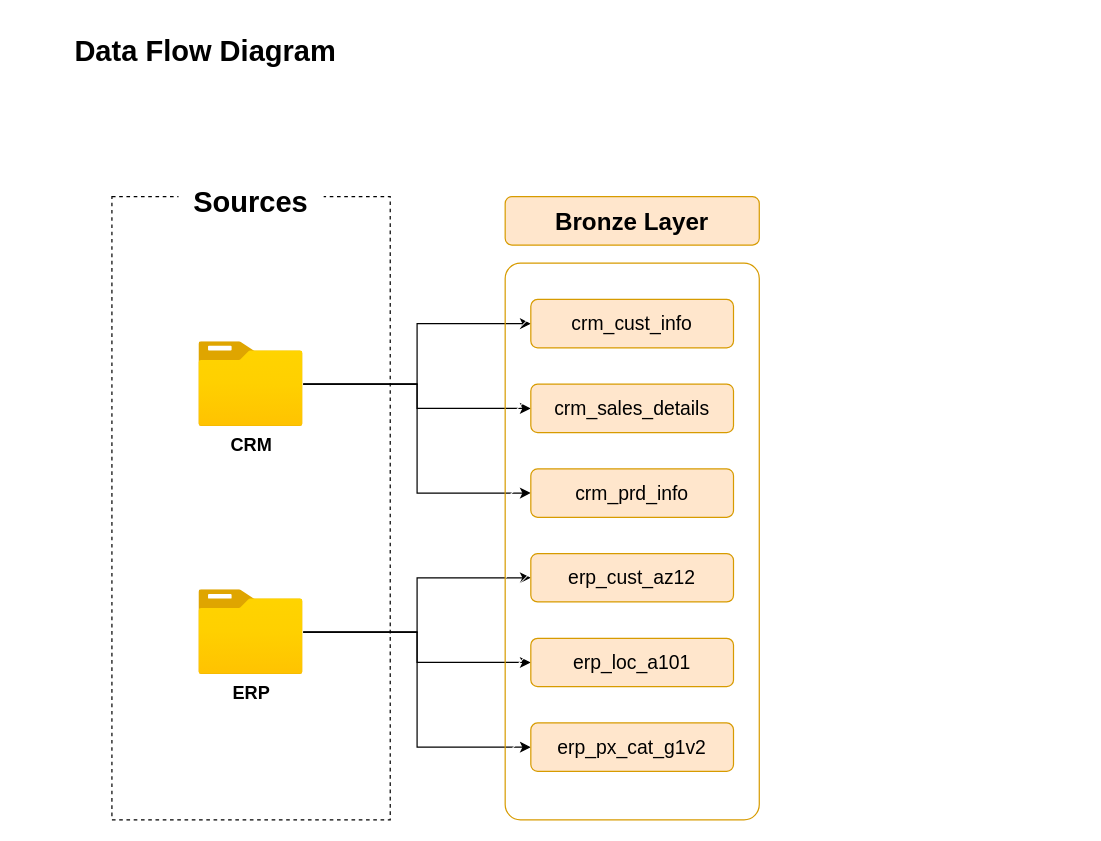
The draw.io diagram docs/drawio files/data_flow.drawio in ShehrazSarwar/SQL-Data-Warehouse-Project, before the edit. Source tidied: cells renumbered, new cells numbered last; positions are measured from the earlier drawing's top-left corner, leaving out a move shared by most shapes. Both pictures are drawn from the tidied source at 121%, with x=0, y=0 at pixel (21, 21).
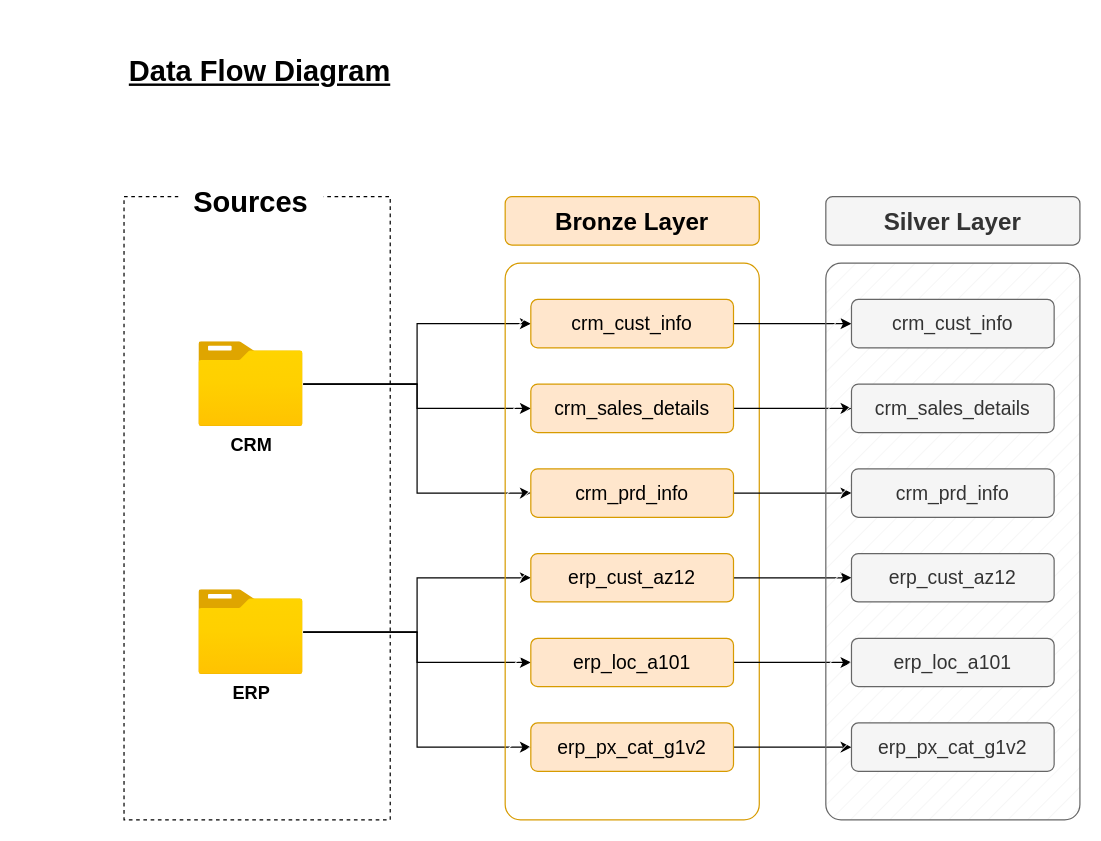
After the change.

The change refers to these unchanged cells:
```xml
<mxCell id="15" value="crm_cust_info" style="rounded=1;whiteSpace=wrap;html=1;fontStyle=0;fontSize=16;fillColor=#ffe6cc;strokeColor=#d79b00;arcSize=14;" parent="1" vertex="1">
  <mxGeometry x="421.2" y="230" width="167.5" height="40" as="geometry" />
</mxCell>
<mxCell id="16" value="crm_sales_details" style="rounded=1;whiteSpace=wrap;html=1;fontStyle=0;fontSize=16;fillColor=#ffe6cc;strokeColor=#d79b00;arcSize=14;" parent="1" vertex="1">
  <mxGeometry x="421.2" y="300" width="167.5" height="40" as="geometry" />
</mxCell>
<mxCell id="17" value="crm_prd_info" style="rounded=1;whiteSpace=wrap;html=1;fontStyle=0;fontSize=16;fillColor=#ffe6cc;strokeColor=#d79b00;arcSize=14;" parent="1" vertex="1">
  <mxGeometry x="421.2" y="370" width="167.5" height="40" as="geometry" />
</mxCell>
<mxCell id="18" value="erp_cust_az12" style="rounded=1;whiteSpace=wrap;html=1;fontStyle=0;fontSize=16;fillColor=#ffe6cc;strokeColor=#d79b00;arcSize=14;" parent="1" vertex="1">
  <mxGeometry x="421.2" y="440" width="167.5" height="40" as="geometry" />
</mxCell>
<mxCell id="19" value="erp_px_cat_g1v2" style="rounded=1;whiteSpace=wrap;html=1;fontStyle=0;fontSize=16;fillColor=#ffe6cc;strokeColor=#d79b00;arcSize=14;" parent="1" vertex="1">
  <mxGeometry x="421.2" y="580" width="167.5" height="40" as="geometry" />
</mxCell>
<mxCell id="20" value="erp_loc_a101" style="rounded=1;whiteSpace=wrap;html=1;fontStyle=0;fontSize=16;fillColor=#ffe6cc;strokeColor=#d79b00;arcSize=14;" parent="1" vertex="1">
  <mxGeometry x="421.2" y="510" width="167.5" height="40" as="geometry" />
</mxCell>
```

Change to the diagram source:
```diff
@@
     <mxCell id="2" style="rounded=0;whiteSpace=wrap;html=1;dashed=1;fillColor=none;" parent="1" vertex="1">
-      <mxGeometry x="75" y="145" width="230" height="515" as="geometry" />
+      <mxGeometry x="85" y="145" width="220" height="515" as="geometry" />
     </mxCell>
@@
-    <mxCell id="4" value="Data Flow Diagram" style="rounded=1;whiteSpace=wrap;html=1;fontSize=24;strokeColor=none;fontStyle=1;fillColor=none;" parent="1" vertex="1">
-      <mxGeometry width="305" height="50" as="geometry" />
+    <mxCell id="4" value="Data Flow Diagram" style="rounded=1;whiteSpace=wrap;html=1;fontSize=24;strokeColor=none;fontStyle=5;fillColor=none;" parent="1" vertex="1">
+      <mxGeometry x="45" y="17" width="305" height="50" as="geometry" />
     </mxCell>
@@
+    <mxCell id="21" style="edgeStyle=orthogonalEdgeStyle;rounded=0;jettySize=auto;html=1;entryX=0;entryY=0.5;entryDx=0;entryDy=0;" parent="1" edge="1" source="15" target="29">
+      <mxGeometry relative="1" as="geometry" />
+    </mxCell>
@@
+    <mxCell id="22" style="edgeStyle=orthogonalEdgeStyle;rounded=0;jettySize=auto;html=1;exitX=1;exitY=0.5;exitDx=0;exitDy=0;" parent="1" edge="1" source="16" target="30">
+      <mxGeometry relative="1" as="geometry" />
+    </mxCell>
@@
+    <mxCell id="23" style="edgeStyle=orthogonalEdgeStyle;rounded=0;jettySize=auto;html=1;exitX=1;exitY=0.5;exitDx=0;exitDy=0;entryX=0;entryY=0.5;entryDx=0;entryDy=0;" parent="1" edge="1" source="17" target="31">
+      <mxGeometry relative="1" as="geometry" />
+    </mxCell>
@@
+    <mxCell id="24" style="edgeStyle=orthogonalEdgeStyle;rounded=0;jettySize=auto;html=1;exitX=1;exitY=0.5;exitDx=0;exitDy=0;entryX=0;entryY=0.5;entryDx=0;entryDy=0;" parent="1" edge="1" source="18" target="32">
+      <mxGeometry relative="1" as="geometry" />
+    </mxCell>
@@
+    <mxCell id="25" style="edgeStyle=orthogonalEdgeStyle;rounded=0;jettySize=auto;html=1;" parent="1" edge="1" source="19" target="33">
+      <mxGeometry relative="1" as="geometry" />
+    </mxCell>
@@
+    <mxCell id="26" style="edgeStyle=orthogonalEdgeStyle;rounded=0;jettySize=auto;html=1;exitX=1;exitY=0.5;exitDx=0;exitDy=0;entryX=0;entryY=0.5;entryDx=0;entryDy=0;" parent="1" edge="1" source="20" target="34">
+      <mxGeometry relative="1" as="geometry" />
+    </mxCell>
@@
+    <mxCell id="27" style="rounded=1;whiteSpace=wrap;html=1;fillStyle=hatch;fillColor=#f5f5f5;strokeColor=#666666;arcSize=6;fontColor=#333333;" parent="1" vertex="1">
+      <mxGeometry x="665" y="200" width="210" height="460" as="geometry" />
+    </mxCell>
+    <mxCell id="28" value="Silver Layer" style="rounded=1;whiteSpace=wrap;html=1;fontStyle=1;fontSize=20;fillColor=#f5f5f5;strokeColor=#666666;arcSize=14;fontColor=#333333;" parent="1" vertex="1">
+      <mxGeometry x="665" y="145" width="210" height="40" as="geometry" />
+    </mxCell>
+    <mxCell id="29" value="crm_cust_info" style="rounded=1;whiteSpace=wrap;html=1;fontStyle=0;fontSize=16;fillColor=#f5f5f5;strokeColor=#666666;arcSize=14;fontColor=#333333;" parent="1" vertex="1">
+      <mxGeometry x="686.2" y="230" width="167.5" height="40" as="geometry" />
+    </mxCell>
+    <mxCell id="30" value="crm_sales_details" style="rounded=1;whiteSpace=wrap;html=1;fontStyle=0;fontSize=16;fillColor=#f5f5f5;strokeColor=#666666;arcSize=14;fontColor=#333333;" parent="1" vertex="1">
+      <mxGeometry x="686.2" y="300" width="167.5" height="40" as="geometry" />
+    </mxCell>
+    <mxCell id="31" value="crm_prd_info" style="rounded=1;whiteSpace=wrap;html=1;fontStyle=0;fontSize=16;fillColor=#f5f5f5;strokeColor=#666666;arcSize=14;fontColor=#333333;" parent="1" vertex="1">
+      <mxGeometry x="686.2" y="370" width="167.5" height="40" as="geometry" />
+    </mxCell>
+    <mxCell id="32" value="erp_cust_az12" style="rounded=1;whiteSpace=wrap;html=1;fontStyle=0;fontSize=16;fillColor=#f5f5f5;strokeColor=#666666;arcSize=14;fontColor=#333333;" parent="1" vertex="1">
+      <mxGeometry x="686.2" y="440" width="167.5" height="40" as="geometry" />
+    </mxCell>
+    <mxCell id="33" value="erp_px_cat_g1v2" style="rounded=1;whiteSpace=wrap;html=1;fontStyle=0;fontSize=16;fillColor=#f5f5f5;strokeColor=#666666;arcSize=14;fontColor=#333333;" parent="1" vertex="1">
+      <mxGeometry x="686.2" y="580" width="167.5" height="40" as="geometry" />
+    </mxCell>
+    <mxCell id="34" value="erp_loc_a101" style="rounded=1;whiteSpace=wrap;html=1;fontStyle=0;fontSize=16;fillColor=#f5f5f5;strokeColor=#666666;arcSize=14;fontColor=#333333;" parent="1" vertex="1">
+      <mxGeometry x="686.2" y="510" width="167.5" height="40" as="geometry" />
+    </mxCell>
```
